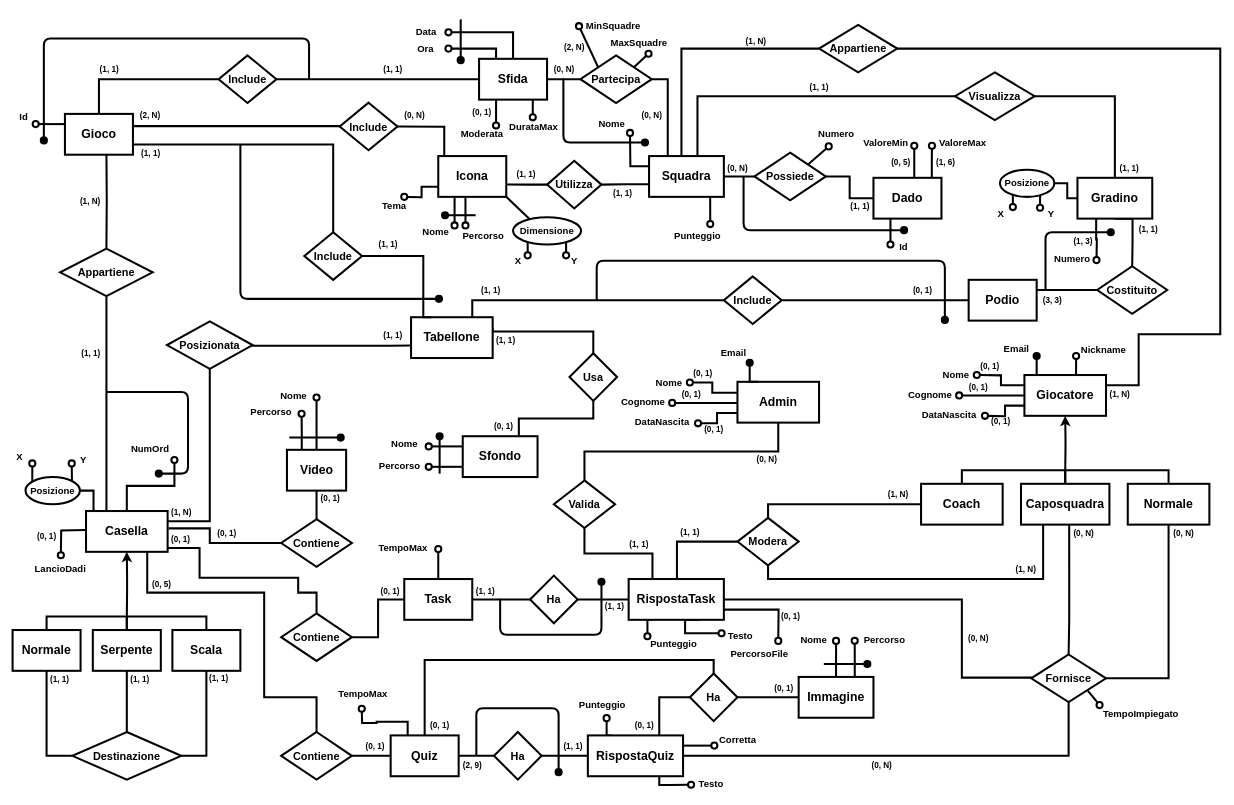
This is Progetto concettuale/Schema ER.drawio from lorenzobilli/BD-project, a draw.io file, before an edit. Source tidied: cells renumbered, new cells numbered last; positions are measured from the earlier drawing's top-left corner, leaving out a move shared by most shapes. Both pictures are drawn from the tidied source at 68%, with x=0, y=0 at pixel (12, 18).
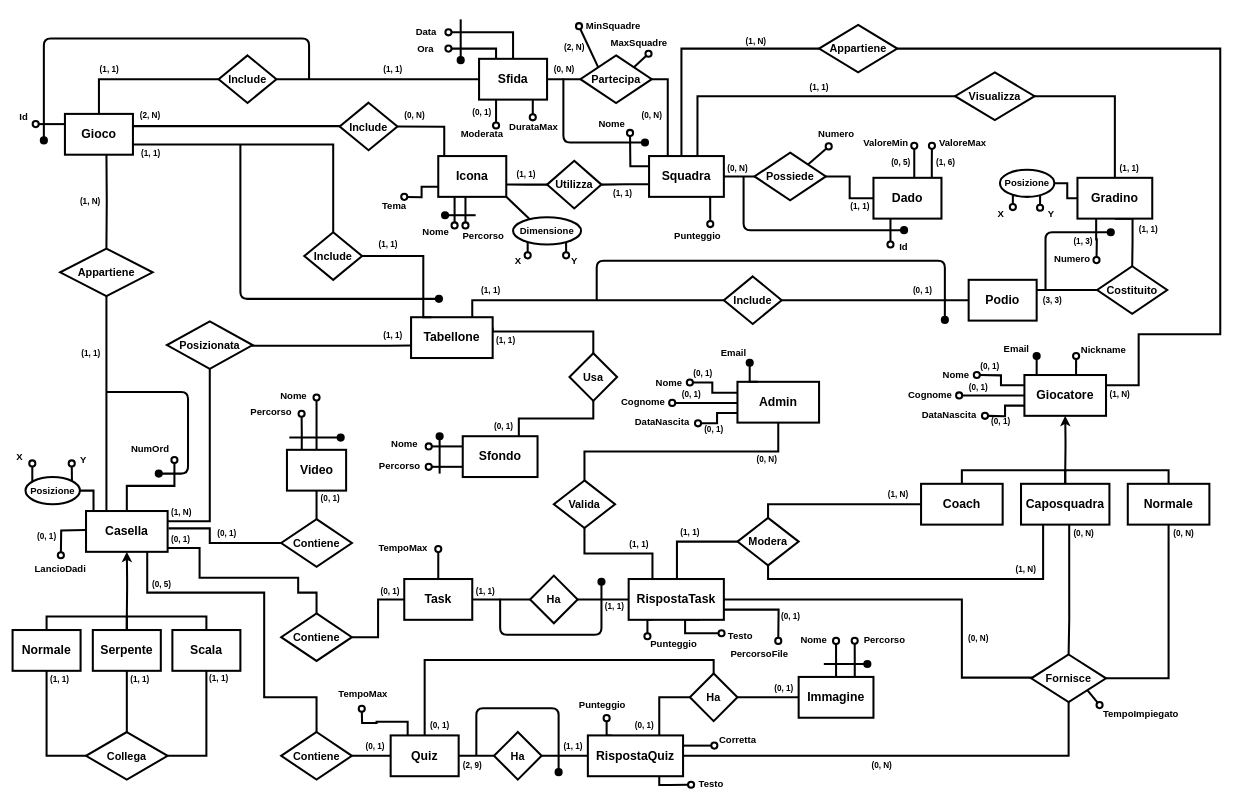
Above is the later version.

Commit message (it also covers changes not shown here):
Fixed generalization deletion in restructured ER

What changed in the source:
```diff
@@
-    <mxCell id="172" value="Destinazione" style="rhombus;whiteSpace=wrap;html=1;fontSize=16;strokeWidth=3;shadow=0;fontStyle=1;" parent="1" vertex="1">
-      <mxGeometry x="88" y="1049" width="160" height="70" as="geometry" />
+    <mxCell id="172" value="Collega" style="rhombus;whiteSpace=wrap;html=1;fontSize=16;strokeWidth=3;shadow=0;fontStyle=1;" parent="1" vertex="1">
+      <mxGeometry x="108" y="1049" width="120" height="70" as="geometry" />
     </mxCell>
```
